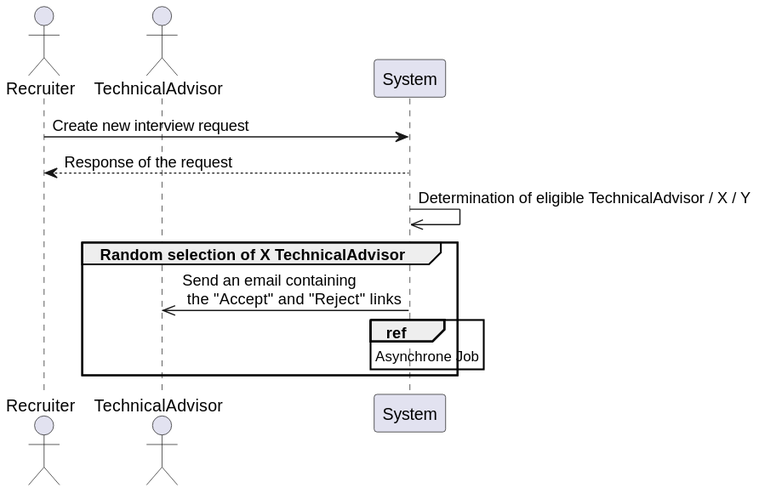
iBoukhenna/interview-managment-system keeps this PlantUML diagram as documents/out/3-sequance/1-sequance_diagram_create_interview/1-sequance_diagram_create_interview.svg. Above is the earlier version. The source it was exported from:
```plantuml
@startuml
actor Recruiter
actor TechnicalAdvisor
participant System

Recruiter -> System: Create new interview request
System --> Recruiter: Response of the request
System ->> System: Determination of eligible TechnicalAdvisor / X / Y

group Random selection of X TechnicalAdvisor
    System ->> TechnicalAdvisor: Send an email containing \n the "Accept" and "Reject" links
    ref over System
        Asynchrone Job
    end ref
end

@enduml
```
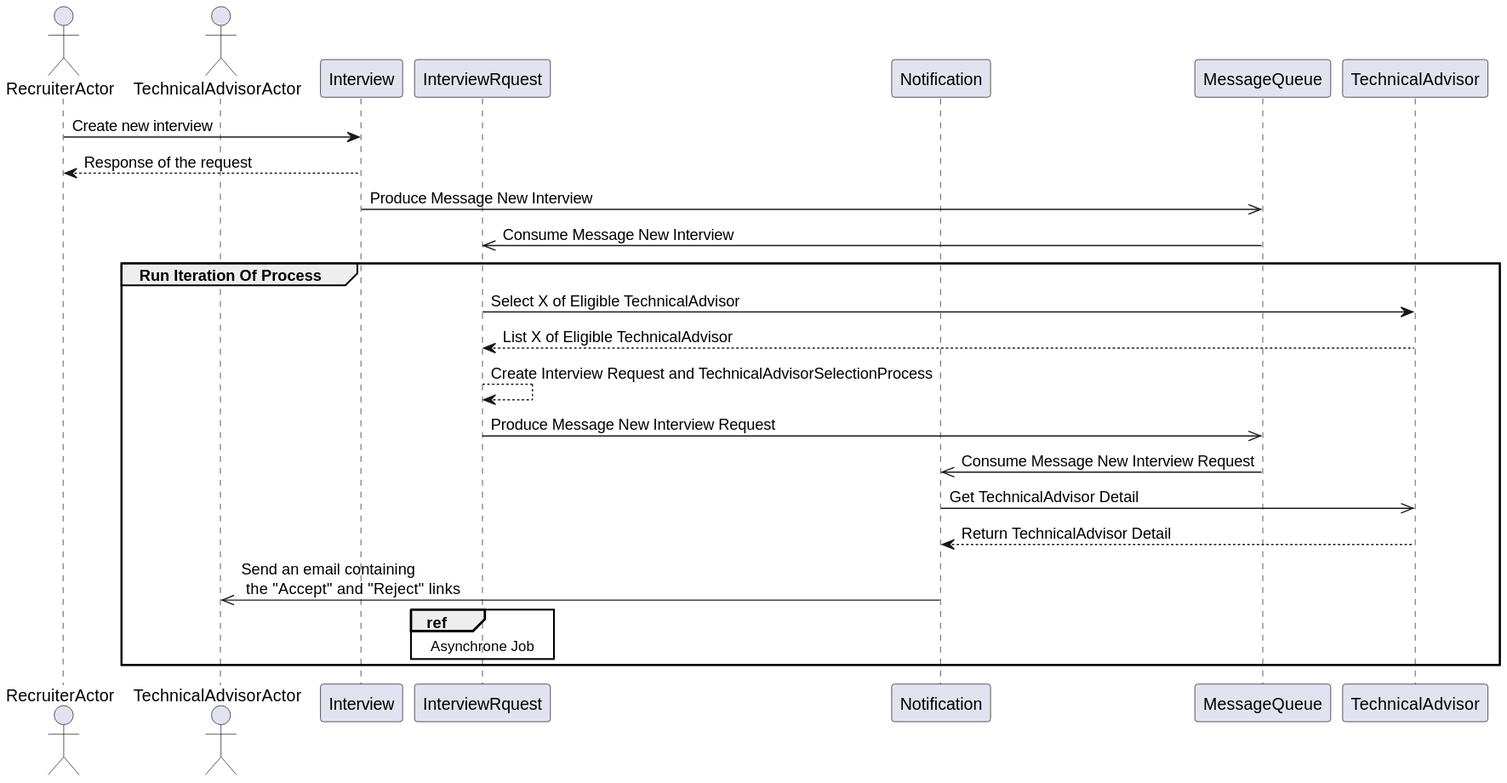
After the commit.

Diff of the diagram source:
```diff
@@ -1,15 +1,26 @@
 @startuml
-actor Recruiter
-actor TechnicalAdvisor
-participant System
+actor RecruiterActor
+actor TechnicalAdvisorActor
+participant Interview
+participant InterviewRquest
+participant Notification
+participant MessageQueue
+participant TechnicalAdvisor
 
-Recruiter -> System: Create new interview request
-System --> Recruiter: Response of the request
-System ->> System: Determination of eligible TechnicalAdvisor / X / Y
-
-group Random selection of X TechnicalAdvisor
-    System ->> TechnicalAdvisor: Send an email containing \n the "Accept" and "Reject" links
-    ref over System
+RecruiterActor -> Interview: Create new interview
+Interview --> RecruiterActor: Response of the request
+Interview ->> MessageQueue: Produce Message New Interview
+InterviewRquest <<- MessageQueue: Consume Message New Interview
+group Run Iteration Of Process
+    InterviewRquest -> TechnicalAdvisor: Select X of Eligible TechnicalAdvisor
+    TechnicalAdvisor --> InterviewRquest: List X of Eligible TechnicalAdvisor
+    InterviewRquest --> InterviewRquest: Create Interview Request and TechnicalAdvisorSelectionProcess
+    InterviewRquest ->> MessageQueue: Produce Message New Interview Request
+    MessageQueue ->> Notification: Consume Message New Interview Request
+    Notification ->> TechnicalAdvisor: Get TechnicalAdvisor Detail
+    TechnicalAdvisor --> Notification: Return TechnicalAdvisor Detail
+    Notification ->> TechnicalAdvisorActor: Send an email containing \n the "Accept" and "Reject" links
+    ref over InterviewRquest
         Asynchrone Job
     end ref
 end
```
